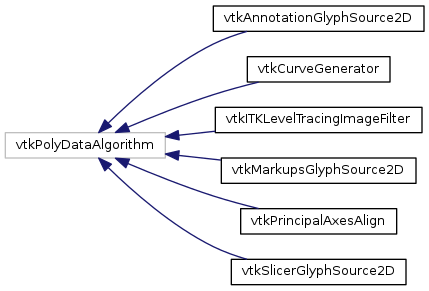
The Graphviz diagram master/inherit_graph_119.png in jamesobutler/apidocs.slicer.org, before a commit. Its source is kept beside it as master/inherit_graph_119.dot.
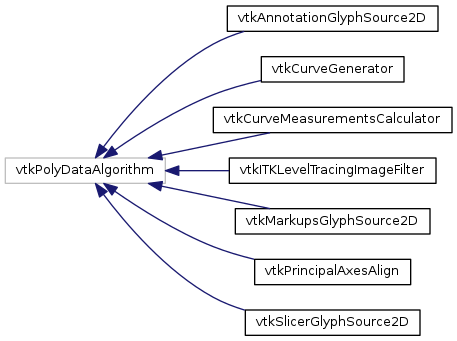
Above is the later version.

Diff of the diagram source:
```diff
@@ -10,11 +10,13 @@
   Node50 -> Node52 [dir="back",color="midnightblue",fontsize="10",style="solid",fontname="Helvetica"];
   Node52 [label="vtkCurveGenerator",height=0.2,width=0.4,color="black",URL="$classvtkCurveGenerator.html",tooltip="Filter that generates curves between points of an input polydata. "];
   Node50 -> Node53 [dir="back",color="midnightblue",fontsize="10",style="solid",fontname="Helvetica"];
-  Node53 [label="vtkITKLevelTracingImageFilter",height=0.2,width=0.4,color="black",URL="$classvtkITKLevelTracingImageFilter.html",tooltip="Wrapper class around itk::LevelTracingImageFilterImageFilter. "];
+  Node53 [label="vtkCurveMeasurementsCalculator",height=0.2,width=0.4,color="black",URL="$classvtkCurveMeasurementsCalculator.html",tooltip="Filter that generates curves between points of an input polydata. "];
   Node50 -> Node54 [dir="back",color="midnightblue",fontsize="10",style="solid",fontname="Helvetica"];
-  Node54 [label="vtkMarkupsGlyphSource2D",height=0.2,width=0.4,color="black",URL="$classvtkMarkupsGlyphSource2D.html"];
+  Node54 [label="vtkITKLevelTracingImageFilter",height=0.2,width=0.4,color="black",URL="$classvtkITKLevelTracingImageFilter.html",tooltip="Wrapper class around itk::LevelTracingImageFilterImageFilter. "];
   Node50 -> Node55 [dir="back",color="midnightblue",fontsize="10",style="solid",fontname="Helvetica"];
-  Node55 [label="vtkPrincipalAxesAlign",height=0.2,width=0.4,color="black",URL="$classvtkPrincipalAxesAlign.html"];
+  Node55 [label="vtkMarkupsGlyphSource2D",height=0.2,width=0.4,color="black",URL="$classvtkMarkupsGlyphSource2D.html"];
   Node50 -> Node56 [dir="back",color="midnightblue",fontsize="10",style="solid",fontname="Helvetica"];
-  Node56 [label="vtkSlicerGlyphSource2D",height=0.2,width=0.4,color="black",URL="$classvtkSlicerGlyphSource2D.html"];
+  Node56 [label="vtkPrincipalAxesAlign",height=0.2,width=0.4,color="black",URL="$classvtkPrincipalAxesAlign.html"];
+  Node50 -> Node57 [dir="back",color="midnightblue",fontsize="10",style="solid",fontname="Helvetica"];
+  Node57 [label="vtkSlicerGlyphSource2D",height=0.2,width=0.4,color="black",URL="$classvtkSlicerGlyphSource2D.html"];
 }
```
